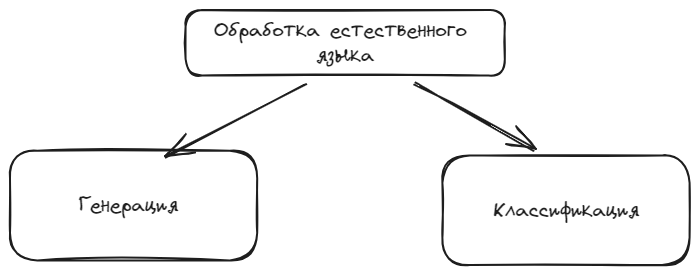
This is diplom/assets/ml/nlp/taxonomy.excalidraw.png from NMashalov/EducationGenerativeModelApplication, a Excalidraw export, as it was before one commit. Source tidied: one line per element, renumbered; positions are measured from the earlier drawing's top-left corner, leaving out a move shared by most shapes.
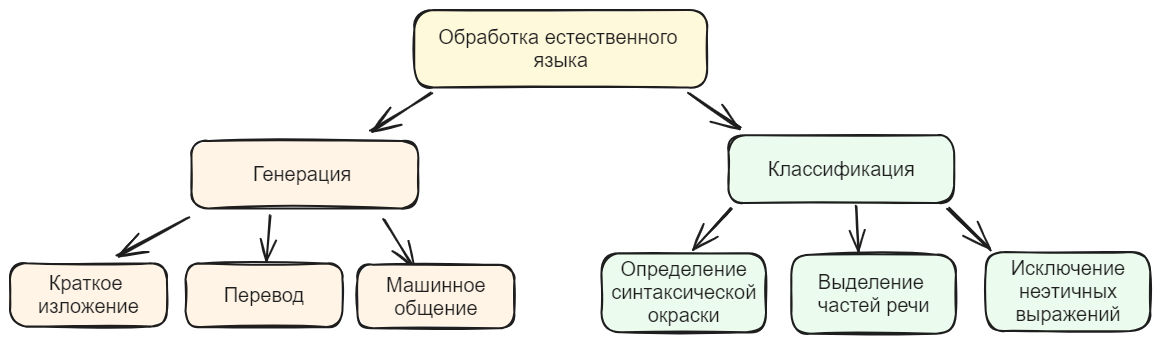
The same file after the commit.

Diff of the diagram source:
```diff
@@ -1,8 +1,26 @@
-{"id": 0, "type": "rectangle", "strokeColor": "#1e1e1e", "strokeWidth": 2, "roughness": 1, "round": true, "x": 176, "y": 0, "width": 319, "height": 66}
+{"id": 0, "type": "rectangle", "strokeColor": "#1e1e1e", "backgroundColor": "#fff9db", "fillStyle": "solid", "strokeWidth": 2, "roughness": 1, "round": true, "x": 189, "y": 0, "width": 293, "height": 78}
-{"id": 1, "type": "text", "text": "Обработка естественного \nязыка", "strokeColor": "#1e1e1e", "strokeWidth": 2, "roughness": 1, "fontSize": 20, "fontFamily": 1, "textAlign": "center", "verticalAlign": "middle", "inside": 0, "x": 204, "y": 8, "width": 263, "height": 50}
+{"id": 1, "type": "text", "text": "Обработка естественного \nязыка", "strokeColor": "#1e1e1e", "strokeWidth": 2, "roughness": 1, "fontSize": 20, "fontFamily": 2, "textAlign": "center", "verticalAlign": "middle", "inside": 0, "x": 213, "y": 16, "width": 245, "height": 46}
-{"id": 2, "type": "arrow", "strokeColor": "#1e1e1e", "strokeWidth": 2, "roughness": 1, "endArrowhead": "arrow", "round": true, "from": 0, "x": 296, "y": 74, "width": 141, "height": 73, "points": [[0, 0], [-141, 73]]}
-{"id": 3, "type": "arrow", "strokeColor": "#1e1e1e", "strokeWidth": 2, "roughness": 1, "endArrowhead": "arrow", "round": true, "from": 0, "to": 6, "x": 405, "y": 74, "width": 119, "height": 66, "points": [[0, 0], [37, 20], [119, 66]]}
-{"id": 4, "type": "rectangle", "strokeColor": "#1e1e1e", "strokeWidth": 2, "roughness": 1, "round": true, "x": 0, "y": 141, "width": 247, "height": 110}
+{"id": 4, "type": "rectangle", "strokeColor": "#1e1e1e", "backgroundColor": "#fff4e6", "fillStyle": "solid", "strokeWidth": 2, "roughness": 1, "round": true, "x": -34, "y": 131, "width": 227, "height": 68}
-{"id": 5, "type": "text", "text": "Генерация ", "strokeColor": "#1e1e1e", "strokeWidth": 2, "roughness": 1, "fontSize": 20, "fontFamily": 1, "textAlign": "center", "verticalAlign": "middle", "inside": 4, "x": 69, "y": 183, "width": 109, "height": 25}
+{"id": 5, "type": "text", "text": "Генерация ", "strokeColor": "#1e1e1e", "strokeWidth": 2, "roughness": 1, "fontSize": 20, "fontFamily": 2, "textAlign": "center", "verticalAlign": "middle", "inside": 4, "x": 28, "y": 153, "width": 104, "height": 23}
-{"id": 6, "type": "rectangle", "strokeColor": "#1e1e1e", "strokeWidth": 2, "roughness": 1, "round": true, "x": 432, "y": 145, "width": 247, "height": 110}
+{"id": 6, "type": "rectangle", "strokeColor": "#1e1e1e", "backgroundColor": "#ebfbee", "fillStyle": "solid", "strokeWidth": 2, "roughness": 1, "round": true, "x": 503, "y": 125, "width": 226, "height": 68}
-{"id": 7, "type": "text", "text": "Классификация", "strokeColor": "#1e1e1e", "strokeWidth": 2, "roughness": 1, "fontSize": 20, "fontFamily": 1, "textAlign": "center", "verticalAlign": "middle", "inside": 6, "x": 483, "y": 188, "width": 147, "height": 25}
+{"id": 7, "type": "text", "text": "Классификация", "strokeColor": "#1e1e1e", "strokeWidth": 2, "roughness": 1, "fontSize": 20, "fontFamily": 2, "textAlign": "center", "verticalAlign": "middle", "inside": 6, "x": 543, "y": 147, "width": 147, "height": 23}
+{"id": 8, "type": "rectangle", "strokeColor": "#1e1e1e", "backgroundColor": "#fff4e6", "fillStyle": "solid", "strokeWidth": 2, "roughness": 1, "round": true, "x": -215, "y": 253, "width": 157, "height": 63}
+{"id": 9, "type": "text", "text": "Краткое \nизложение", "strokeColor": "#1e1e1e", "backgroundColor": "#fff4e6", "fillStyle": "solid", "strokeWidth": 2, "roughness": 1, "fontSize": 20, "fontFamily": 2, "textAlign": "center", "verticalAlign": "middle", "inside": 8, "x": -187, "y": 262, "width": 101, "height": 46}
+{"id": 10, "type": "rectangle", "strokeColor": "#1e1e1e", "backgroundColor": "#ebfbee", "fillStyle": "solid", "strokeWidth": 2, "roughness": 1, "round": true, "x": 761, "y": 242, "width": 165, "height": 79}
+{"id": 11, "type": "text", "text": "Исключение\nнеэтичных\nвыражений", "strokeColor": "#1e1e1e", "backgroundColor": "#fff4e6", "fillStyle": "solid", "strokeWidth": 2, "roughness": 1, "fontSize": 20, "fontFamily": 2, "textAlign": "center", "verticalAlign": "middle", "inside": 10, "x": 786, "y": 247, "width": 114, "height": 69}
+{"id": 12, "type": "arrow", "strokeColor": "#1e1e1e", "backgroundColor": "#fff4e6", "fillStyle": "solid", "strokeWidth": 2, "roughness": 1, "endArrowhead": "arrow", "round": true, "from": 0, "to": 4, "x": 207, "y": 83, "width": 61, "height": 39, "points": [[0, 0], [-61, 39]]}
+{"id": 13, "type": "arrow", "strokeColor": "#1e1e1e", "backgroundColor": "#fff4e6", "fillStyle": "solid", "strokeWidth": 2, "roughness": 1, "endArrowhead": "arrow", "round": true, "from": 0, "to": 6, "x": 464, "y": 82, "width": 51, "height": 35, "points": [[0, 0], [51, 35]]}
+{"id": 14, "type": "arrow", "strokeColor": "#1e1e1e", "backgroundColor": "#fff4e6", "fillStyle": "solid", "strokeWidth": 2, "roughness": 1, "endArrowhead": "arrow", "round": true, "from": 6, "to": 10, "x": 722, "y": 199, "width": 43, "height": 41, "points": [[0, 0], [43, 41]]}
+{"id": 15, "type": "arrow", "strokeColor": "#1e1e1e", "backgroundColor": "#fff4e6", "fillStyle": "solid", "strokeWidth": 2, "roughness": 1, "endArrowhead": "arrow", "round": true, "from": 6, "to": 16, "x": 506, "y": 199, "width": 38, "height": 41, "points": [[0, 0], [-38, 41]]}
+{"id": 16, "type": "rectangle", "strokeColor": "#1e1e1e", "backgroundColor": "#ebfbee", "fillStyle": "solid", "strokeWidth": 2, "roughness": 1, "round": true, "x": 376, "y": 243, "width": 165, "height": 79}
+{"id": 17, "type": "text", "text": "Определение\nсинтаксической\nокраски", "strokeColor": "#1e1e1e", "backgroundColor": "#fff4e6", "fillStyle": "solid", "strokeWidth": 2, "roughness": 1, "fontSize": 20, "fontFamily": 2, "textAlign": "center", "verticalAlign": "middle", "inside": 16, "x": 386, "y": 248, "width": 145, "height": 69}
+{"id": 18, "type": "arrow", "strokeColor": "#1e1e1e", "backgroundColor": "#fff4e6", "fillStyle": "solid", "strokeWidth": 2, "roughness": 1, "endArrowhead": "arrow", "round": true, "from": 4, "to": 8, "x": -36, "y": 207, "width": 71, "height": 40, "points": [[0, 0], [-71, 40]]}
+{"id": 19, "type": "arrow", "strokeColor": "#1e1e1e", "backgroundColor": "#fff4e6", "fillStyle": "solid", "strokeWidth": 2, "roughness": 1, "endArrowhead": "arrow", "round": true, "from": 4, "x": 160, "y": 209, "width": 29, "height": 47, "points": [[0, 0], [29, 47]]}
+{"id": 20, "type": "rectangle", "strokeColor": "#1e1e1e", "backgroundColor": "#fff4e6", "fillStyle": "solid", "strokeWidth": 2, "roughness": 1, "round": true, "x": 132, "y": 255, "width": 157, "height": 63}
+{"id": 21, "type": "text", "text": "Машинное\nобщение", "strokeColor": "#1e1e1e", "backgroundColor": "#fff4e6", "fillStyle": "solid", "strokeWidth": 2, "roughness": 1, "fontSize": 20, "fontFamily": 2, "textAlign": "center", "verticalAlign": "middle", "inside": 20, "x": 161, "y": 263, "width": 100, "height": 46}
+{"id": 22, "type": "arrow", "strokeColor": "#1e1e1e", "backgroundColor": "#fff4e6", "fillStyle": "solid", "strokeWidth": 2, "roughness": 1, "endArrowhead": "arrow", "round": true, "from": 6, "to": 23, "x": 631, "y": 196, "width": 3, "height": 44, "points": [[0, 0], [3, 44]]}
+{"id": 23, "type": "rectangle", "strokeColor": "#1e1e1e", "backgroundColor": "#ebfbee", "fillStyle": "solid", "strokeWidth": 2, "roughness": 1, "round": true, "x": 566, "y": 244, "width": 165, "height": 79}
+{"id": 24, "type": "text", "text": "Выделение \nчастей речи", "strokeColor": "#1e1e1e", "backgroundColor": "#fff4e6", "fillStyle": "solid", "strokeWidth": 2, "roughness": 1, "fontSize": 20, "fontFamily": 2, "textAlign": "center", "verticalAlign": "middle", "inside": 23, "x": 593, "y": 261, "width": 112, "height": 46}
+{"id": 25, "type": "arrow", "strokeColor": "#1e1e1e", "backgroundColor": "#fff4e6", "fillStyle": "solid", "strokeWidth": 2, "roughness": 1, "endArrowhead": "arrow", "round": true, "from": 4, "to": 26, "x": 45, "y": 205, "width": 4, "height": 45, "points": [[0, 0], [-4, 45]]}
+{"id": 26, "type": "rectangle", "strokeColor": "#1e1e1e", "backgroundColor": "#fff4e6", "fillStyle": "solid", "strokeWidth": 2, "roughness": 1, "round": true, "x": -40, "y": 253, "width": 157, "height": 63}
+{"id": 27, "type": "text", "text": "Перевод", "strokeColor": "#1e1e1e", "backgroundColor": "#fff4e6", "fillStyle": "solid", "strokeWidth": 2, "roughness": 1, "fontSize": 20, "fontFamily": 2, "textAlign": "center", "verticalAlign": "middle", "inside": 26, "x": -1, "y": 273, "width": 80, "height": 23}
```
